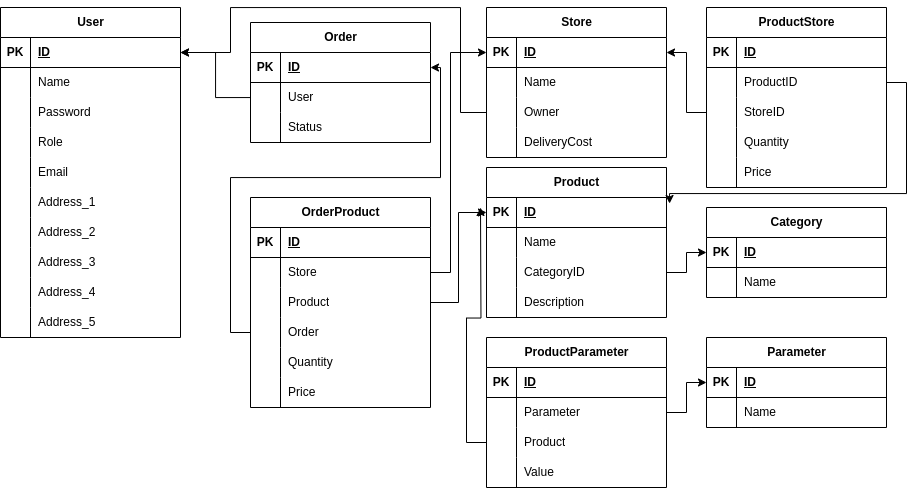
Above: Diploma_scheme.png in Garpusha/diploma (draw.io), before the change. Source tidied: cells renumbered, new cells last; positions are measured from the earlier drawing's top-left corner, leaving out a move shared by most shapes.
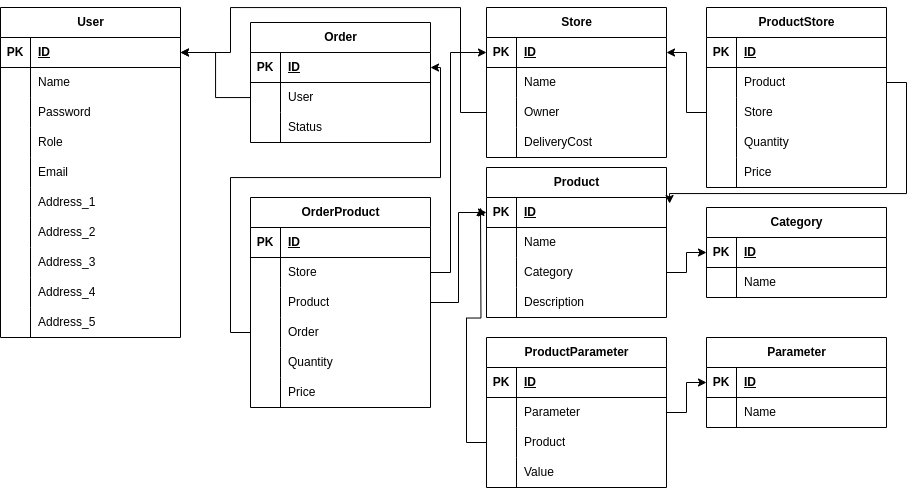
The same diagram one commit later.

Change to the diagram source:
```diff
@@ -122,7 +122,7 @@
     <mxCell id="41" style="shape=partialRectangle;fillColor=none;top=0;left=0;bottom=0;right=0;overflow=hidden;whiteSpace=wrap;html=1;" parent="40" vertex="1">
       <mxGeometry width="30" height="30" as="geometry" />
     </mxCell>
-    <mxCell id="42" value="CategoryID" style="shape=partialRectangle;fillColor=none;top=0;left=0;bottom=0;right=0;align=left;spacingLeft=6;overflow=hidden;whiteSpace=wrap;html=1;" parent="40" vertex="1">
+    <mxCell id="42" value="Category" style="shape=partialRectangle;fillColor=none;top=0;left=0;bottom=0;right=0;align=left;spacingLeft=6;overflow=hidden;whiteSpace=wrap;html=1;" parent="40" vertex="1">
       <mxGeometry x="30" width="150" height="30" as="geometry" />
     </mxCell>
     <mxCell id="43" style="shape=tableRow;horizontal=0;startSize=0;swimlaneHead=0;swimlaneBody=0;fillColor=none;top=0;left=0;right=0;bottom=0;" parent="33" vertex="1">
@@ -191,7 +191,7 @@
     <mxCell id="64" style="shape=partialRectangle;fillColor=none;top=0;left=0;bottom=0;right=0;overflow=hidden;whiteSpace=wrap;html=1;" parent="63" vertex="1">
       <mxGeometry width="30" height="30" as="geometry" />
     </mxCell>
-    <mxCell id="65" value="ProductID" style="shape=partialRectangle;fillColor=none;top=0;left=0;bottom=0;right=0;align=left;spacingLeft=6;overflow=hidden;whiteSpace=wrap;html=1;" parent="63" vertex="1">
+    <mxCell id="65" value="Product" style="shape=partialRectangle;fillColor=none;top=0;left=0;bottom=0;right=0;align=left;spacingLeft=6;overflow=hidden;whiteSpace=wrap;html=1;" parent="63" vertex="1">
       <mxGeometry x="30" width="150" height="30" as="geometry" />
     </mxCell>
     <mxCell id="66" style="shape=tableRow;horizontal=0;startSize=0;swimlaneHead=0;swimlaneBody=0;fillColor=none;points=[[0,0.5],[1,0.5]];portConstraint=eastwest;top=0;left=0;right=0;bottom=0;" parent="59" vertex="1">
@@ -200,7 +200,7 @@
     <mxCell id="67" style="shape=partialRectangle;fillColor=none;top=0;left=0;bottom=0;right=0;overflow=hidden;whiteSpace=wrap;html=1;" parent="66" vertex="1">
       <mxGeometry width="30" height="30" as="geometry" />
     </mxCell>
-    <mxCell id="68" value="StoreID" style="shape=partialRectangle;fillColor=none;top=0;left=0;bottom=0;right=0;align=left;spacingLeft=6;overflow=hidden;whiteSpace=wrap;html=1;" parent="66" vertex="1">
+    <mxCell id="68" value="Store" style="shape=partialRectangle;fillColor=none;top=0;left=0;bottom=0;right=0;align=left;spacingLeft=6;overflow=hidden;whiteSpace=wrap;html=1;" parent="66" vertex="1">
       <mxGeometry x="30" width="150" height="30" as="geometry" />
     </mxCell>
     <mxCell id="69" style="shape=tableRow;horizontal=0;startSize=0;swimlaneHead=0;swimlaneBody=0;fillColor=none;top=0;left=0;right=0;bottom=0;" parent="59" vertex="1">
```
